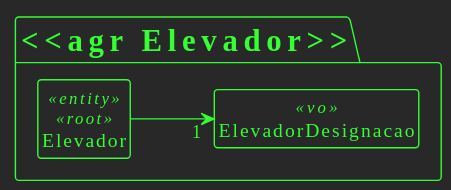
SlimJesus25/SEM5_PI keeps this PlantUML diagram as docs/use_cases/UC270/ed270.svg. Above is the earlier version. The source it was exported from:
```plantuml
@startuml ed

hide circle
hide fields

!theme crt-green
skinparam nodesep 150
hide empty members
left to right direction

package "<<agr Elevador>>"{
    class Elevador<<entity>><<root>>{}
    class ElevadorDesignacao<<vo>>{}

    Elevador --> "1" ElevadorDesignacao
}

@enduml
```
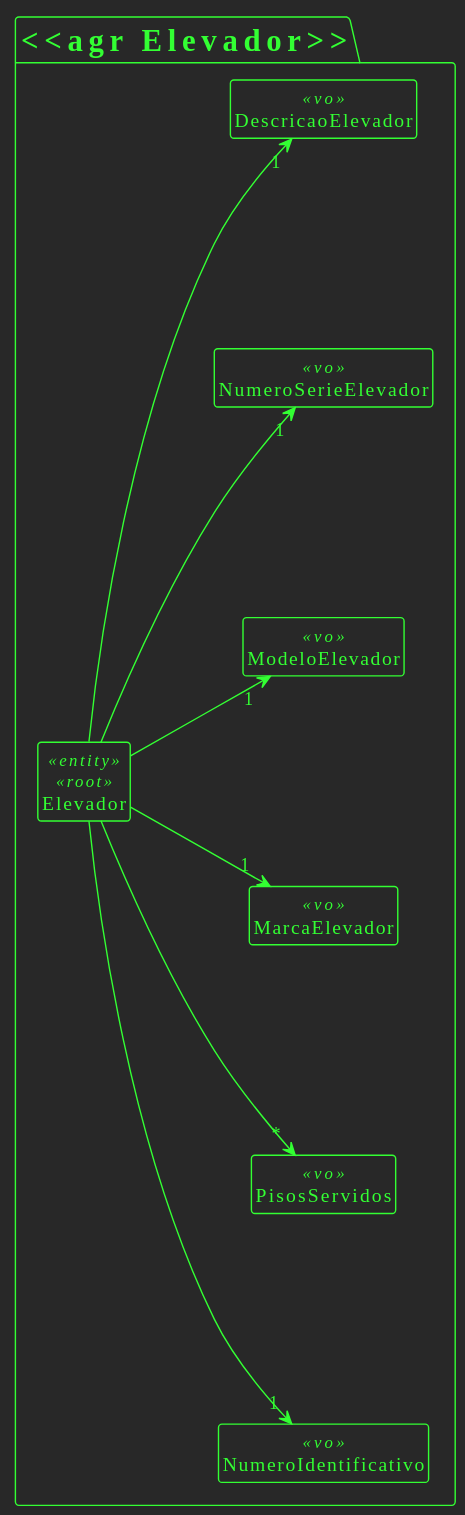
The same file after the commit.

Commit message:
Adicionada documentação. Criar elevador em edifício #12

The edit, as a diff of the source:
```diff
@@ -10,9 +10,19 @@
 
 package "<<agr Elevador>>"{
     class Elevador<<entity>><<root>>{}
-    class ElevadorDesignacao<<vo>>{}
+    class NumeroIdentificativo<<vo>>{}
+    class PisosServidos<<vo>>{}
+    class MarcaElevador<<vo>>{}
+    class ModeloElevador<<vo>>{}
+    class NumeroSerieElevador<<vo>>{}
+    class DescricaoElevador<<vo>>{}
 
-    Elevador --> "1" ElevadorDesignacao
+    Elevador --> "1" NumeroIdentificativo
+    Elevador --> "*" PisosServidos
+    Elevador --> "1" MarcaElevador
+    Elevador --> "1" ModeloElevador
+    Elevador --> "1" NumeroSerieElevador
+    Elevador --> "1" DescricaoElevador
 }
 
 @enduml
```
